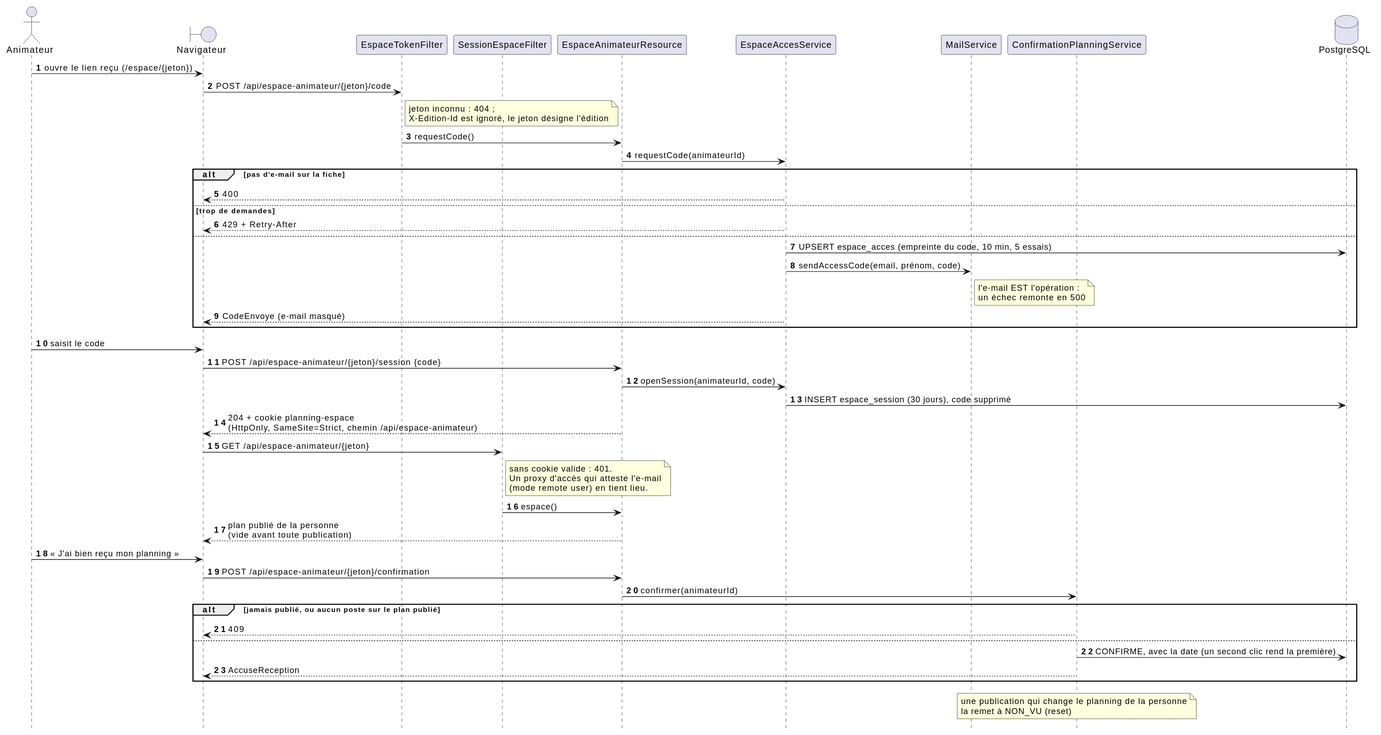
Earlier version of the PlantUML export docs/diagrammes/espace-animateur.svg (sylvainmetayer/planning-equipes). Source of this version:
```plantuml
@startuml
skinparam backgroundColor #FFFFFF
skinparam responseMessageBelowArrow true
hide footbox
autonumber

actor "Animateur" as animateur
boundary "Navigateur" as front
participant EspaceTokenFilter as jeton
participant SessionEspaceFilter as session
participant EspaceAnimateurResource as espace
participant EspaceAccesService as acces
participant MailService as mails
participant ConfirmationPlanningService as confirmations
database PostgreSQL as db

animateur -> front : ouvre le lien reçu (/espace/{jeton})
front -> jeton : POST /api/espace-animateur/{jeton}/code
note right of jeton : jeton inconnu : 404 ;\nX-Edition-Id est ignoré, le jeton désigne l'édition
jeton -> espace : requestCode()
espace -> acces : requestCode(animateurId)
alt pas d'e-mail sur la fiche
  acces --> front : 400
else trop de demandes
  acces --> front : 429 + Retry-After
else
  acces -> db : UPSERT espace_acces (empreinte du code, 10 min, 5 essais)
  acces -> mails : sendAccessCode(email, prénom, code)
  note right of mails : l'e-mail EST l'opération :\nun échec remonte en 500
  acces --> front : CodeEnvoye (e-mail masqué)
end

animateur -> front : saisit le code
front -> espace : POST /api/espace-animateur/{jeton}/session {code}
espace -> acces : openSession(animateurId, code)
acces -> db : INSERT espace_session (30 jours), code supprimé
espace --> front : 204 + cookie planning-espace\n(HttpOnly, SameSite=Strict, chemin /api/espace-animateur)

front -> session : GET /api/espace-animateur/{jeton}
note right of session : sans cookie valide : 401.\nUn proxy d'accès qui atteste l'e-mail\n(mode remote user) en tient lieu.
session -> espace : espace()
espace --> front : plan publié de la personne\n(vide avant toute publication)

animateur -> front : « J'ai bien reçu mon planning »
front -> espace : POST /api/espace-animateur/{jeton}/confirmation
espace -> confirmations : confirmer(animateurId)
alt jamais publié, ou aucun poste sur le plan publié
  confirmations --> front : 409
else
  confirmations -> db : CONFIRME, avec la date (un second clic rend la première)
  confirmations --> front : AccuseReception
end
note over confirmations : une publication qui change le planning de la personne\nla remet à NON_VU (reset)
@enduml
```
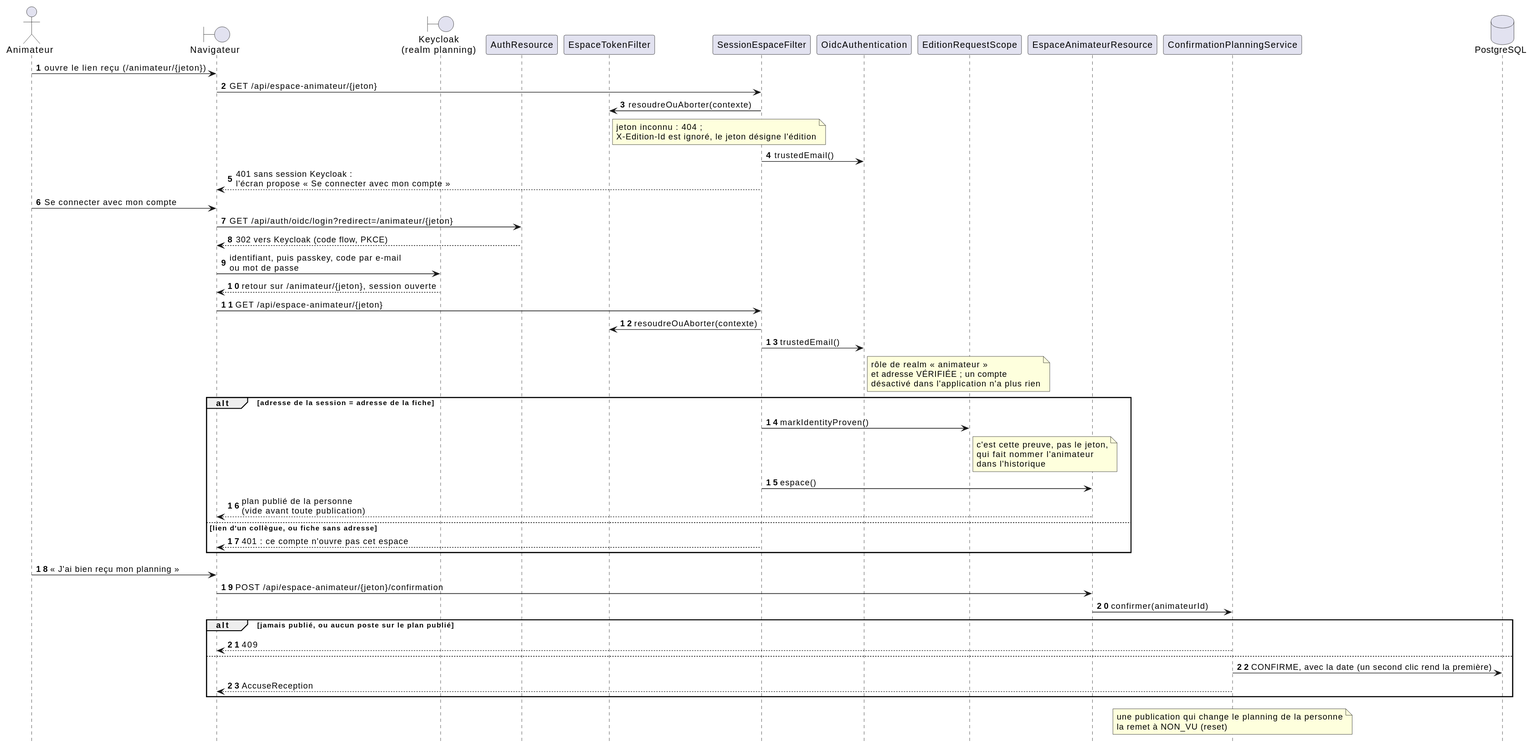
After the change.

Commit message:
docs(diagrammes): redessiner connexion, espace et MCP pour Keycloak

What changed in the source:
```diff
@@ -6,40 +6,41 @@
 
 actor "Animateur" as animateur
 boundary "Navigateur" as front
+boundary "Keycloak\n(realm planning)" as keycloak
+participant AuthResource as auth
 participant EspaceTokenFilter as jeton
 participant SessionEspaceFilter as session
+participant OidcAuthentication as oidc
+participant EditionRequestScope as portee
 participant EspaceAnimateurResource as espace
-participant EspaceAccesService as acces
-participant MailService as mails
 participant ConfirmationPlanningService as confirmations
 database PostgreSQL as db
 
-animateur -> front : ouvre le lien reçu (/espace/{jeton})
-front -> jeton : POST /api/espace-animateur/{jeton}/code
+animateur -> front : ouvre le lien reçu (/animateur/{jeton})
+front -> session : GET /api/espace-animateur/{jeton}
+session -> jeton : resoudreOuAborter(contexte)
 note right of jeton : jeton inconnu : 404 ;\nX-Edition-Id est ignoré, le jeton désigne l'édition
-jeton -> espace : requestCode()
-espace -> acces : requestCode(animateurId)
-alt pas d'e-mail sur la fiche
-  acces --> front : 400
-else trop de demandes
-  acces --> front : 429 + Retry-After
-else
-  acces -> db : UPSERT espace_acces (empreinte du code, 10 min, 5 essais)
-  acces -> mails : sendAccessCode(email, prénom, code)
-  note right of mails : l'e-mail EST l'opération :\nun échec remonte en 500
-  acces --> front : CodeEnvoye (e-mail masqué)
-end
+session -> oidc : trustedEmail()
+session --> front : 401 sans session Keycloak :\nl'écran propose « Se connecter avec mon compte »
 
-animateur -> front : saisit le code
-front -> espace : POST /api/espace-animateur/{jeton}/session {code}
-espace -> acces : openSession(animateurId, code)
-acces -> db : INSERT espace_session (30 jours), code supprimé
-espace --> front : 204 + cookie planning-espace\n(HttpOnly, SameSite=Strict, chemin /api/espace-animateur)
+animateur -> front : Se connecter avec mon compte
+front -> auth : GET /api/auth/oidc/login?redirect=/animateur/{jeton}
+auth --> front : 302 vers Keycloak (code flow, PKCE)
+front -> keycloak : identifiant, puis passkey, code par e-mail\nou mot de passe
+keycloak --> front : retour sur /animateur/{jeton}, session ouverte
 
 front -> session : GET /api/espace-animateur/{jeton}
-note right of session : sans cookie valide : 401.\nUn proxy d'accès qui atteste l'e-mail\n(mode remote user) en tient lieu.
-session -> espace : espace()
-espace --> front : plan publié de la personne\n(vide avant toute publication)
+session -> jeton : resoudreOuAborter(contexte)
+session -> oidc : trustedEmail()
+note right of oidc : rôle de realm « animateur »\net adresse VÉRIFIÉE ; un compte\ndésactivé dans l'application n'a plus rien
+alt adresse de la session = adresse de la fiche
+  session -> portee : markIdentityProven()
+  note right of portee : c'est cette preuve, pas le jeton,\nqui fait nommer l'animateur\ndans l'historique
+  session -> espace : espace()
+  espace --> front : plan publié de la personne\n(vide avant toute publication)
+else lien d'un collègue, ou fiche sans adresse
+  session --> front : 401 : ce compte n'ouvre pas cet espace
+end
 
 animateur -> front : « J'ai bien reçu mon planning »
 front -> espace : POST /api/espace-animateur/{jeton}/confirmation
```
